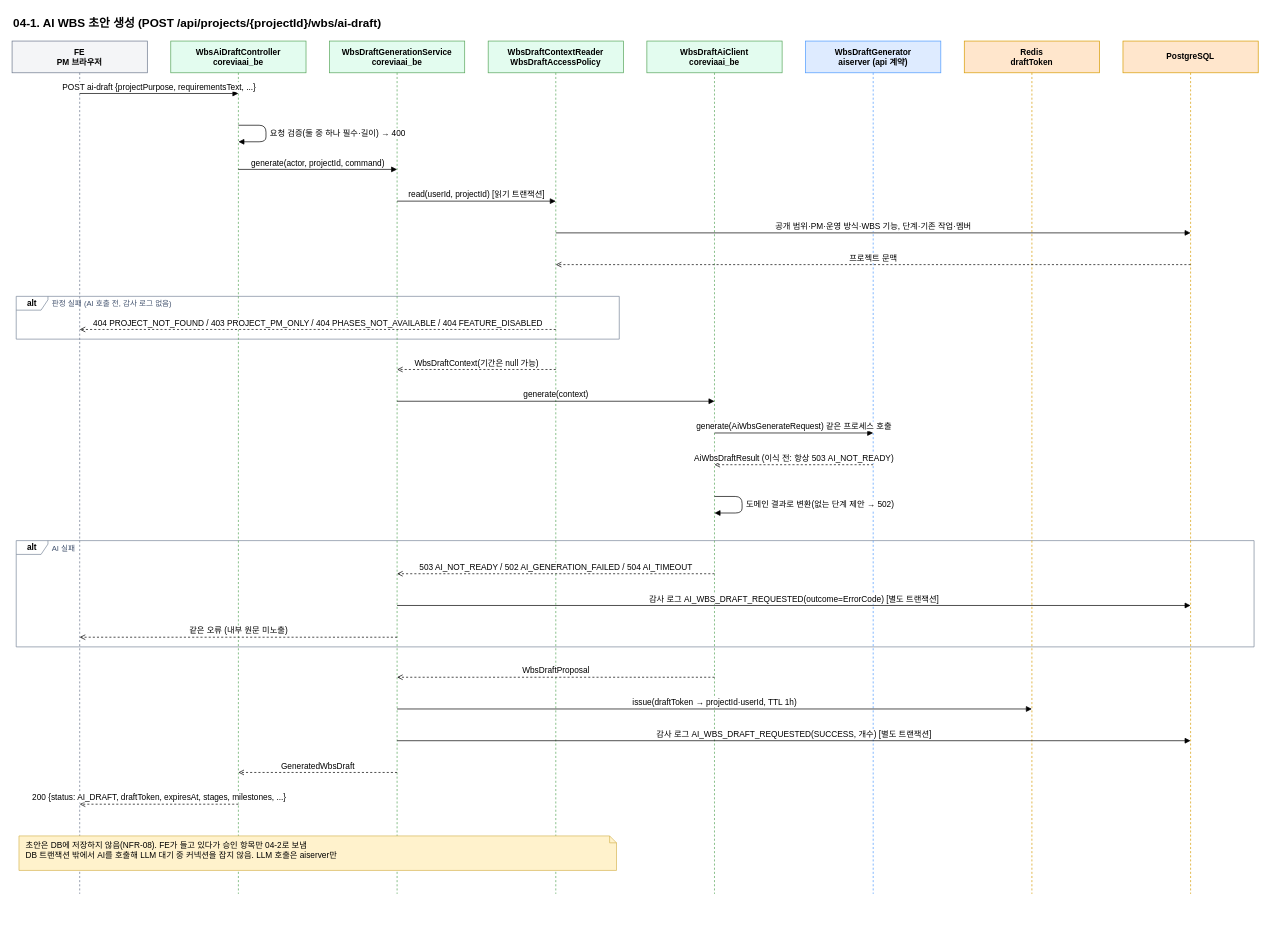
Above: docs/sequence/04-1-wbs-ai-draft-generate.drawio in WonikQnCKDT/CoreviaAI_BE (draw.io), before the change. Source tidied: cells renumbered, new cells numbered last; positions are measured from the earlier drawing's top-left corner, leaving out a move shared by most shapes. Both pictures are drawn from the tidied source at 69%, with x=0, y=0 at pixel (12, 12).
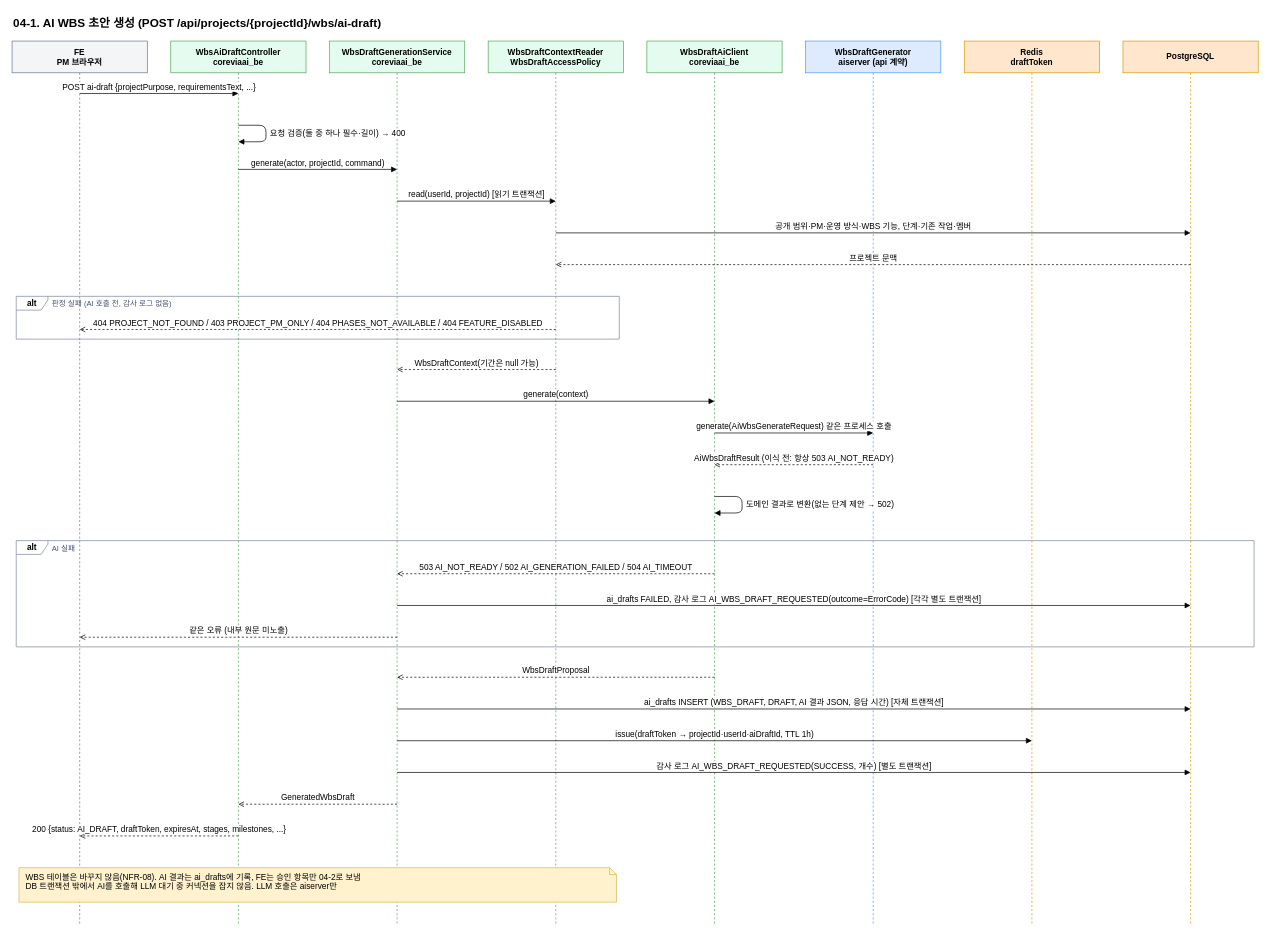
The same diagram, later.

Change to the diagram source:
```diff
@@
     <mxCell id="7" value="FE&lt;br&gt;PM 브라우저" style="shape=umlLifeline;perimeter=lifelinePerimeter;whiteSpace=wrap;html=1;size=46;fillColor=#F4F5F7;strokeColor=#6B778C;fontStyle=1;" parent="1" vertex="1">
-      <mxGeometry y="42" width="196" height="1236" as="geometry" />
+      <mxGeometry y="42" width="196" height="1282" as="geometry" />
     </mxCell>
     <mxCell id="8" value="WbsAiDraftController&lt;br&gt;coreviaai_be" style="shape=umlLifeline;perimeter=lifelinePerimeter;whiteSpace=wrap;html=1;size=46;fillColor=#E3FCEF;strokeColor=#57A55A;fontStyle=1;" parent="1" vertex="1">
-      <mxGeometry x="230" y="42" width="196" height="1236" as="geometry" />
+      <mxGeometry x="230" y="42" width="196" height="1282" as="geometry" />
     </mxCell>
     <mxCell id="9" value="WbsDraftGenerationService&lt;br&gt;coreviaai_be" style="shape=umlLifeline;perimeter=lifelinePerimeter;whiteSpace=wrap;html=1;size=46;fillColor=#E3FCEF;strokeColor=#57A55A;fontStyle=1;" parent="1" vertex="1">
-      <mxGeometry x="460" y="42" width="196" height="1236" as="geometry" />
+      <mxGeometry x="460" y="42" width="196" height="1282" as="geometry" />
     </mxCell>
     <mxCell id="10" value="WbsDraftContextReader&lt;br&gt;WbsDraftAccessPolicy" style="shape=umlLifeline;perimeter=lifelinePerimeter;whiteSpace=wrap;html=1;size=46;fillColor=#E3FCEF;strokeColor=#57A55A;fontStyle=1;" parent="1" vertex="1">
-      <mxGeometry x="690" y="42" width="196" height="1236" as="geometry" />
+      <mxGeometry x="690" y="42" width="196" height="1282" as="geometry" />
     </mxCell>
     <mxCell id="11" value="WbsDraftAiClient&lt;br&gt;coreviaai_be" style="shape=umlLifeline;perimeter=lifelinePerimeter;whiteSpace=wrap;html=1;size=46;fillColor=#E3FCEF;strokeColor=#57A55A;fontStyle=1;" parent="1" vertex="1">
-      <mxGeometry x="920" y="42" width="196" height="1236" as="geometry" />
+      <mxGeometry x="920" y="42" width="196" height="1282" as="geometry" />
     </mxCell>
     <mxCell id="12" value="WbsDraftGenerator&lt;br&gt;aiserver (api 계약)" style="shape=umlLifeline;perimeter=lifelinePerimeter;whiteSpace=wrap;html=1;size=46;fillColor=#DEEBFF;strokeColor=#4C9AFF;fontStyle=1;" parent="1" vertex="1">
-      <mxGeometry x="1150" y="42" width="196" height="1236" as="geometry" />
+      <mxGeometry x="1150" y="42" width="196" height="1282" as="geometry" />
     </mxCell>
     <mxCell id="13" value="Redis&lt;br&gt;draftToken" style="shape=umlLifeline;perimeter=lifelinePerimeter;whiteSpace=wrap;html=1;size=46;fillColor=#FFE6CC;strokeColor=#D79B00;fontStyle=1;" parent="1" vertex="1">
-      <mxGeometry x="1380" y="42" width="196" height="1236" as="geometry" />
+      <mxGeometry x="1380" y="42" width="196" height="1282" as="geometry" />
     </mxCell>
     <mxCell id="14" value="PostgreSQL" style="shape=umlLifeline;perimeter=lifelinePerimeter;whiteSpace=wrap;html=1;size=46;fillColor=#FFE6CC;strokeColor=#D79B00;fontStyle=1;" parent="1" vertex="1">
-      <mxGeometry x="1610" y="42" width="196" height="1236" as="geometry" />
+      <mxGeometry x="1610" y="42" width="196" height="1282" as="geometry" />
     </mxCell>
@@
-    <mxCell id="28" value="감사 로그 AI_WBS_DRAFT_REQUESTED(outcome=ErrorCode) [별도 트랜잭션]" style="endArrow=block;endFill=1;html=1;verticalAlign=bottom;fontSize=12;" parent="1" edge="1">
+    <mxCell id="28" value="ai_drafts FAILED, 감사 로그 AI_WBS_DRAFT_REQUESTED(outcome=ErrorCode) [각각 별도 트랜잭션]" style="endArrow=block;endFill=1;html=1;verticalAlign=bottom;fontSize=12;" parent="1" edge="1">
       <mxGeometry relative="1" as="geometry">
         <mxPoint x="558" y="860" as="sourcePoint" />
         <mxPoint x="1708" y="860" as="targetPoint" />
       </mxGeometry>
     </mxCell>
@@
-    <mxCell id="31" value="issue(draftToken → projectId·userId, TTL 1h)" style="endArrow=block;endFill=1;html=1;verticalAlign=bottom;fontSize=12;" parent="1" edge="1">
+    <mxCell id="31" value="ai_drafts INSERT (WBS_DRAFT, DRAFT, AI 결과 JSON, 응답 시간) [자체 트랜잭션]" style="endArrow=block;endFill=1;html=1;verticalAlign=bottom;fontSize=12;" parent="1" edge="1">
       <mxGeometry relative="1" as="geometry">
         <mxPoint x="558" y="1010" as="sourcePoint" />
-        <mxPoint x="1478" y="1010" as="targetPoint" />
+        <mxPoint x="1708" y="1010" as="targetPoint" />
       </mxGeometry>
     </mxCell>
-    <mxCell id="32" value="감사 로그 AI_WBS_DRAFT_REQUESTED(SUCCESS, 개수) [별도 트랜잭션]" style="endArrow=block;endFill=1;html=1;verticalAlign=bottom;fontSize=12;" parent="1" edge="1">
+    <mxCell id="32" value="issue(draftToken → projectId·userId·aiDraftId, TTL 1h)" style="endArrow=block;endFill=1;html=1;verticalAlign=bottom;fontSize=12;" parent="1" edge="1">
       <mxGeometry relative="1" as="geometry">
         <mxPoint x="558" y="1056" as="sourcePoint" />
-        <mxPoint x="1708" y="1056" as="targetPoint" />
+        <mxPoint x="1478" y="1056" as="targetPoint" />
       </mxGeometry>
     </mxCell>
-    <mxCell id="33" value="GeneratedWbsDraft" style="dashed=1;endArrow=open;endFill=0;html=1;verticalAlign=bottom;fontSize=12;" parent="1" edge="1">
+    <mxCell id="33" value="감사 로그 AI_WBS_DRAFT_REQUESTED(SUCCESS, 개수) [별도 트랜잭션]" style="endArrow=block;endFill=1;html=1;verticalAlign=bottom;fontSize=12;" parent="1" edge="1">
       <mxGeometry relative="1" as="geometry">
         <mxPoint x="558" y="1102" as="sourcePoint" />
-        <mxPoint x="328" y="1102" as="targetPoint" />
+        <mxPoint x="1708" y="1102" as="targetPoint" />
       </mxGeometry>
     </mxCell>
-    <mxCell id="34" value="200 {status: AI_DRAFT, draftToken, expiresAt, stages, milestones, ...}" style="dashed=1;endArrow=open;endFill=0;html=1;verticalAlign=bottom;fontSize=12;" parent="1" edge="1">
+    <mxCell id="34" value="GeneratedWbsDraft" style="dashed=1;endArrow=open;endFill=0;html=1;verticalAlign=bottom;fontSize=12;" parent="1" edge="1">
       <mxGeometry relative="1" as="geometry">
-        <mxPoint x="328" y="1148" as="sourcePoint" />
-        <mxPoint x="98" y="1148" as="targetPoint" />
+        <mxPoint x="558" y="1148" as="sourcePoint" />
+        <mxPoint x="328" y="1148" as="targetPoint" />
       </mxGeometry>
     </mxCell>
-    <mxCell id="35" value="초안은 DB에 저장하지 않음(NFR-08). FE가 들고 있다가 승인 항목만 04-2로 보냄&lt;br&gt;DB 트랜잭션 밖에서 AI를 호출해 LLM 대기 중 커넥션을 잡지 않음. LLM 호출은 aiserver만" style="shape=note;size=10;whiteSpace=wrap;html=1;fillColor=#FFF2CC;strokeColor=#D6B656;align=left;spacingLeft=8;verticalAlign=top;fontSize=12;" parent="1" vertex="1">
-      <mxGeometry x="10" y="1194" width="866" height="50" as="geometry" />
+    <mxCell id="35" value="200 {status: AI_DRAFT, draftToken, expiresAt, stages, milestones, ...}" style="dashed=1;endArrow=open;endFill=0;html=1;verticalAlign=bottom;fontSize=12;" parent="1" edge="1">
+      <mxGeometry relative="1" as="geometry">
+        <mxPoint x="328" y="1194" as="sourcePoint" />
+        <mxPoint x="98" y="1194" as="targetPoint" />
+      </mxGeometry>
     </mxCell>
+    <mxCell id="36" value="WBS 테이블은 바꾸지 않음(NFR-08). AI 결과는 ai_drafts에 기록, FE는 승인 항목만 04-2로 보냄&lt;br&gt;DB 트랜잭션 밖에서 AI를 호출해 LLM 대기 중 커넥션을 잡지 않음. LLM 호출은 aiserver만" style="shape=note;size=10;whiteSpace=wrap;html=1;fillColor=#FFF2CC;strokeColor=#D6B656;align=left;spacingLeft=8;verticalAlign=top;fontSize=12;" parent="1" vertex="1">
+      <mxGeometry x="10" y="1240" width="866" height="50" as="geometry" />
+    </mxCell>
```
